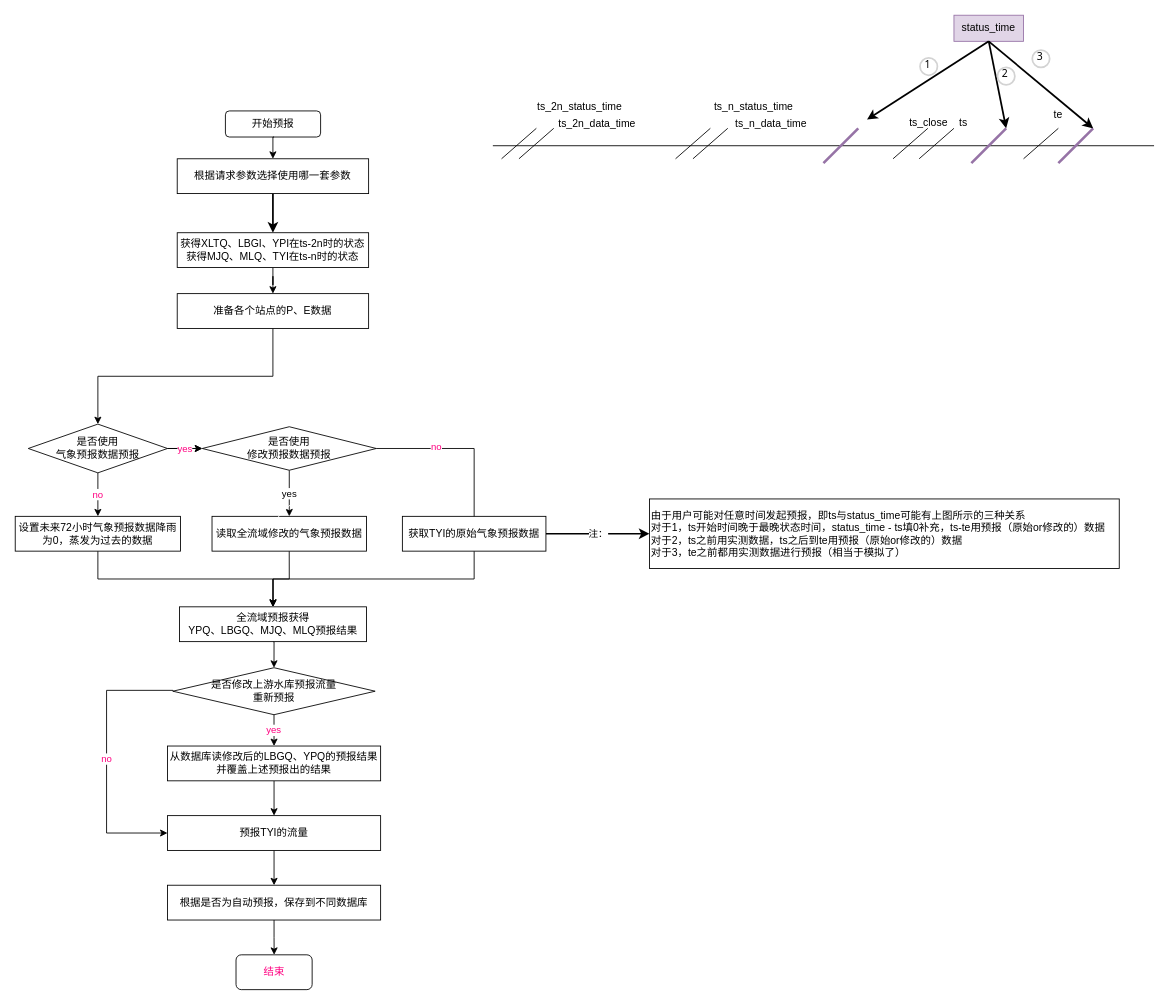
Earlier version of the draw.io diagram page "预报流程图" (3 of 5) of TY项目图.drawio (zhougangjie/for_draw_io). Source tidied: cells renumbered, new cells numbered last; positions are measured from the earlier drawing's top-left corner, leaving out a move shared by most shapes. Both pictures are drawn from the tidied source at 87%, with x=0, y=0 at pixel (15, 15).
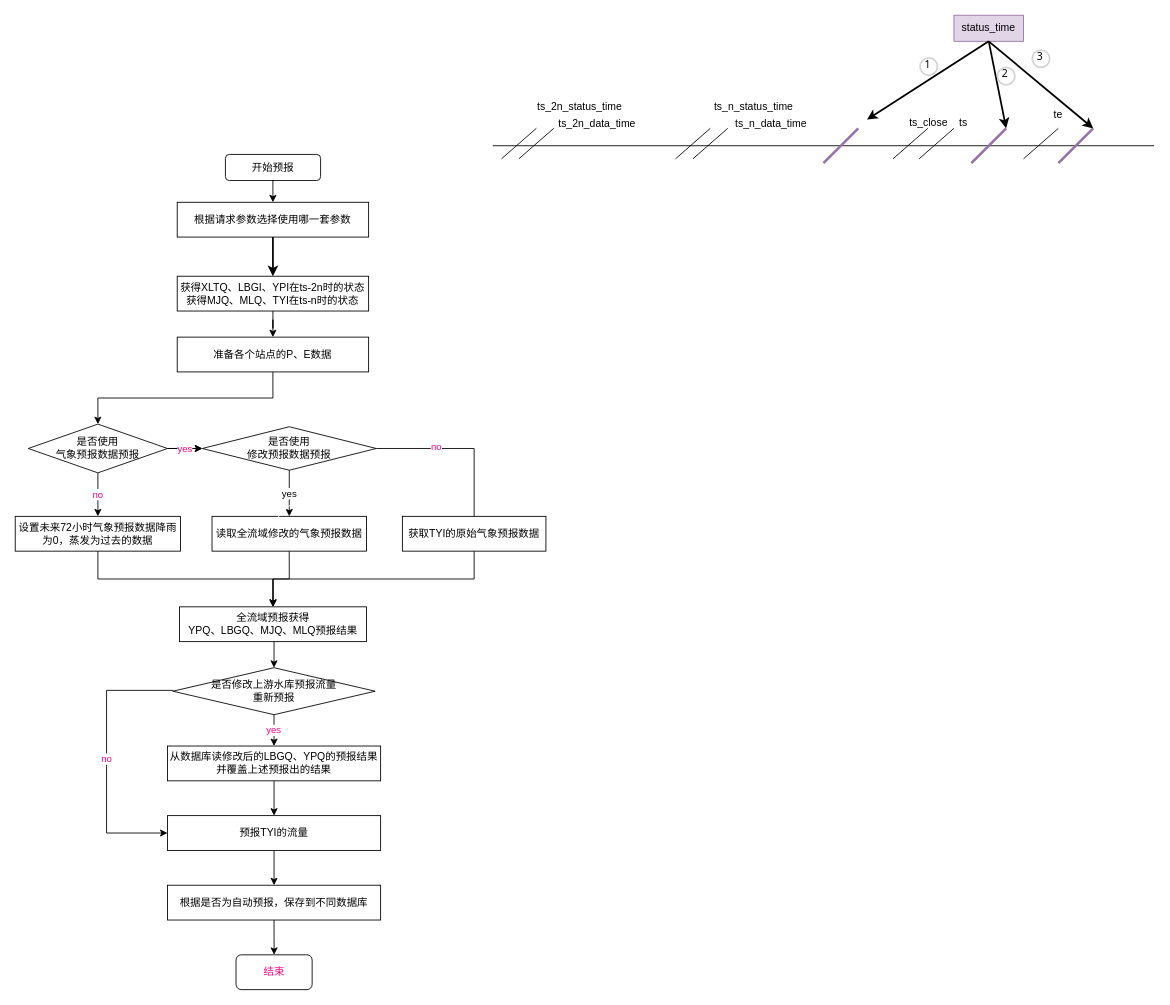
After the change.

Unchanged cells that the change refers to:
```xml
<mxCell id="31" value="获取TYI的原始气象预报数据" style="whiteSpace=wrap;html=1;rounded=0;" parent="1" vertex="1">
  <mxGeometry x="445" y="576" width="165" height="40" as="geometry" />
</mxCell>
```

The edit, as a diff of the source:
```diff
@@
     <mxCell id="2" value="开始预报" style="rounded=1;whiteSpace=wrap;html=1;fontFamily=Helvetica;fontColor=#000000;align=center;verticalAlign=middle;" parent="1" vertex="1">
-      <mxGeometry x="241.6" y="110" width="109.4" height="30" as="geometry" />
+      <mxGeometry x="241.6" y="160" width="109.4" height="30" as="geometry" />
     </mxCell>
@@
     <mxCell id="4" value="根据请求参数选择使用哪一套参数" style="rounded=0;whiteSpace=wrap;html=1;fontFamily=Helvetica;fontColor=#000000;align=center;verticalAlign=middle;" parent="1" vertex="1">
-      <mxGeometry x="186.2" y="165" width="220" height="40" as="geometry" />
+      <mxGeometry x="186.2" y="215" width="220" height="40" as="geometry" />
     </mxCell>
     <mxCell id="5" style="edgeStyle=orthogonalEdgeStyle;rounded=0;jettySize=auto;html=1;exitX=0.5;exitY=1;exitDx=0;exitDy=0;entryX=0.5;entryY=0;entryDx=0;entryDy=0;fontColor=#FF0080;" parent="1" edge="1" target="4">
       <mxGeometry relative="1" as="geometry">
-        <mxPoint x="297.5" y="140" as="sourcePoint" />
+        <mxPoint x="297.5" y="190" as="sourcePoint" />
       </mxGeometry>
     </mxCell>
@@
     <mxCell id="7" value="&lt;div&gt;获得XLTQ、LBGI、YPI在ts-2n时的状态&lt;br&gt;&lt;/div&gt;&lt;div&gt;获得MJQ、MLQ、TYI在ts-n时的状态&lt;br&gt;&lt;/div&gt;" style="rounded=0;whiteSpace=wrap;html=1;fontFamily=Helvetica;fontColor=#000000;align=center;verticalAlign=middle;" parent="1" vertex="1">
-      <mxGeometry x="186.2" y="250" width="220" height="40" as="geometry" />
+      <mxGeometry x="186.2" y="300" width="220" height="40" as="geometry" />
     </mxCell>
@@
-    <mxCell id="9" value="注：" style="edgeStyle=orthogonalEdgeStyle;rounded=0;jettySize=auto;html=1;fontColor=#000000;strokeColor=#000000;strokeWidth=2;exitX=1;exitY=0.5;exitDx=0;exitDy=0;" parent="1" edge="1" source="31" target="61">
-      <mxGeometry relative="1" as="geometry" />
-    </mxCell>
     <mxCell id="10" value="准备各个站点的P、E数据" style="rounded=0;whiteSpace=wrap;html=1;fontFamily=Helvetica;fontColor=#000000;align=center;verticalAlign=middle;" parent="1" vertex="1">
-      <mxGeometry x="186.2" y="320" width="220" height="40" as="geometry" />
+      <mxGeometry x="186.2" y="370" width="220" height="40" as="geometry" />
     </mxCell>
@@
-    <mxCell id="61" value="&lt;div&gt;由于用户可能对任意时间发起预报，即ts与status_time可能有上图所示的三种关系&lt;/div&gt;&lt;div&gt;对于1，ts开始时间晚于最晚状态时间，status_time - ts填0补充，ts-te用预报（原始or修改的）数据&lt;/div&gt;&lt;div&gt;对于2，ts之前用实测数据，ts之后到te用预报（原始or修改的）数据&lt;/div&gt;&lt;div&gt;对于3，te之前都用实测数据进行预报（相当于模拟了）&lt;br&gt;&lt;/div&gt;" style="whiteSpace=wrap;html=1;rounded=0;fontColor=#000000;align=left;" parent="1" vertex="1">
-      <mxGeometry x="729" y="556" width="540" height="80" as="geometry" />
-    </mxCell>
```
